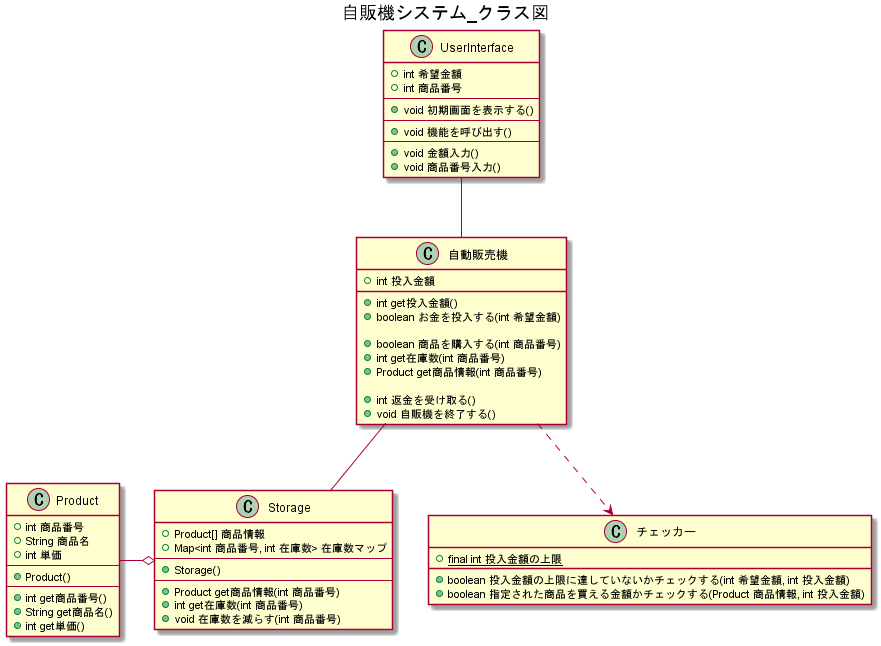
The PlantUML diagram UML_class_sequence/自販機システム_クラス図.png in W-Nakayama-24/VendingMachine_CUI, before a commit.
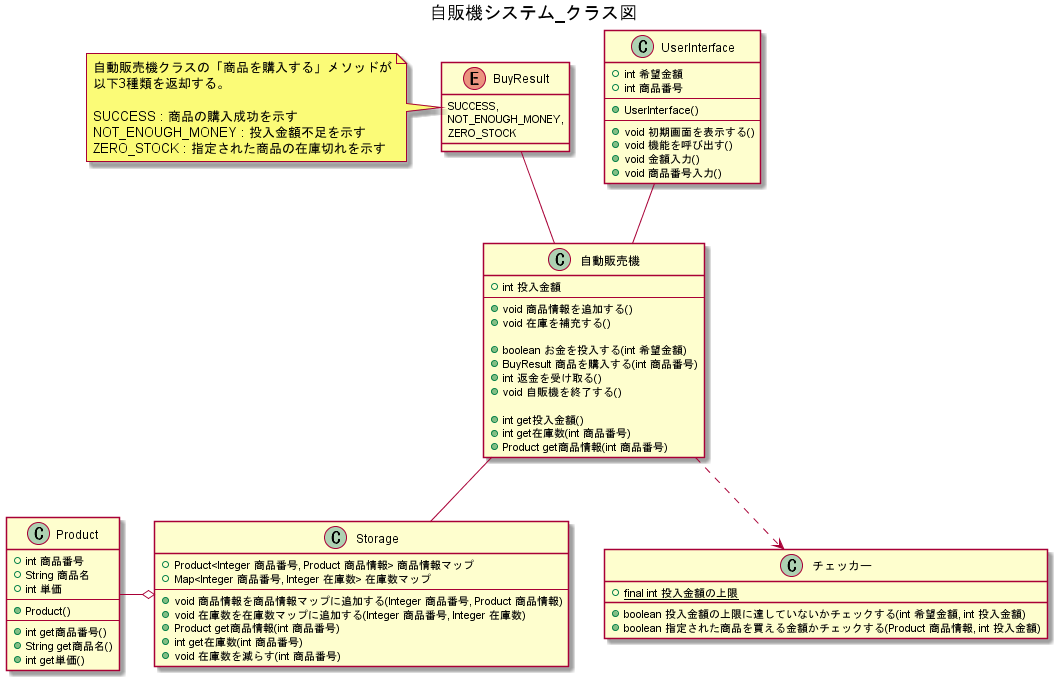
Above is the later version.

Change to the diagram source:
```diff
@@ -5,6 +5,7 @@
 UserInterface -- 自動販売機
 自動販売機 -- Storage
 自動販売機 ..> チェッカー
+BuyResult -- 自動販売機
 Product -o Storage
 
 
@@ -12,26 +13,45 @@
     +int 希望金額
     +int 商品番号
     --
+    +UserInterface()
+    --
     +void 初期画面を表示する()
-    --
     +void 機能を呼び出す()
-    --
     +void 金額入力()
     +void 商品番号入力()
 }
 
 class 自動販売機 {
     +int 投入金額
+    --
+    +void 商品情報を追加する()
+    +void 在庫を補充する()
+
+    +boolean お金を投入する(int 希望金額)
+    +BuyResult 商品を購入する(int 商品番号)
+    +int 返金を受け取る()
+    +void 自販機を終了する()
+
     +int get投入金額()
-    +boolean お金を投入する(int 希望金額)
-
-    +boolean 商品を購入する(int 商品番号)
     +int get在庫数(int 商品番号)
     +Product get商品情報(int 商品番号)
+}
 
-    +int 返金を受け取る()
-    +void 自販機を終了する()
+enum BuyResult {
+    SUCCESS,
+    NOT_ENOUGH_MONEY,
+    ZERO_STOCK
 }
+
+note left of BuyResult
+自動販売機クラスの「商品を購入する」メソッドが
+以下3種類を返却する。
+
+SUCCESS : 商品の購入成功を示す
+NOT_ENOUGH_MONEY : 投入金額不足を示す
+ZERO_STOCK : 指定された商品の在庫切れを示す
+end note
+
 
 class チェッカー{
     +{static}final int 投入金額の上限
@@ -40,11 +60,11 @@
 }
 
 class Storage {
-    +Product[] 商品情報
-    +Map<int 商品番号, int 在庫数> 在庫数マップ
+    +Product<Integer 商品番号, Product 商品情報> 商品情報マップ
+    +Map<Integer 商品番号, Integer 在庫数> 在庫数マップ
     --
-    +Storage()
-    --
+    +void 商品情報を商品情報マップに追加する(Integer 商品番号, Product 商品情報)
+    +void 在庫数を在庫数マップに追加する(Integer 商品番号, Integer 在庫数)
     +Product get商品情報(int 商品番号)
     +int get在庫数(int 商品番号)
     +void 在庫数を減らす(int 商品番号)
```
